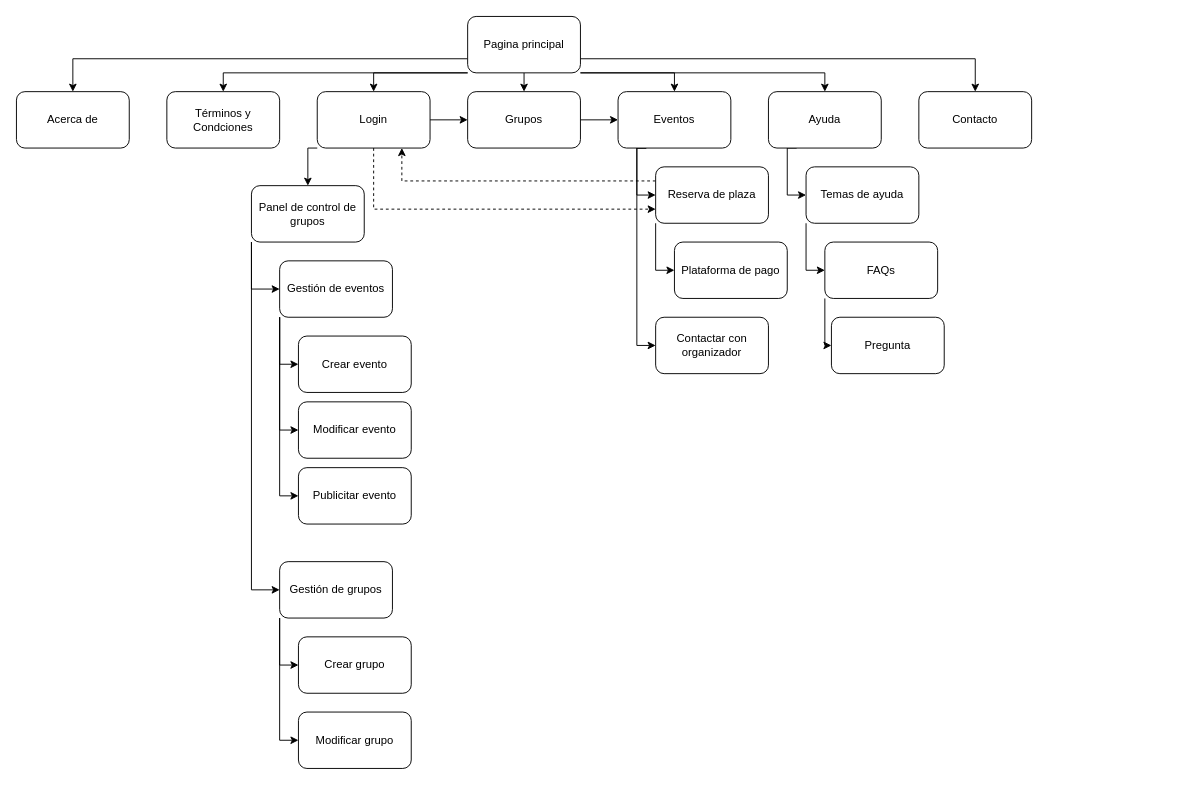
PepeNavarro7/DIU20 keeps this draw.io diagram as P2/sketch/Sitemap.drawio. Above is the earlier version. Source tidied: cells renumbered, new cells numbered last; positions are measured from the earlier drawing's top-left corner, leaving out a move shared by most shapes. Both pictures are drawn from the tidied source at 94%, with x=0, y=0 at pixel (16, 16).
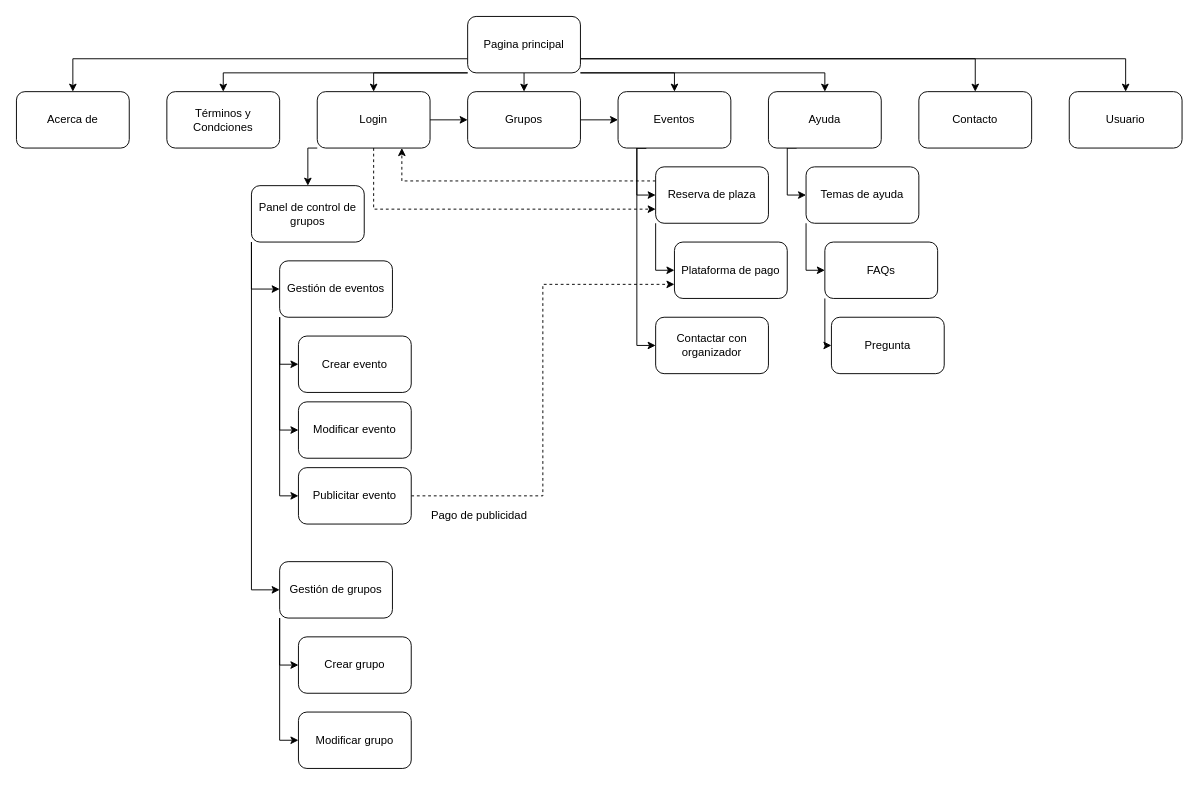
After the change.

Unchanged cells that the change refers to:
```xml
<mxCell id="9" value="Pagina principal" style="rounded=1;whiteSpace=wrap;html=1;" parent="1" vertex="1">
  <mxGeometry x="480" width="120" height="60" as="geometry" />
</mxCell>
<mxCell id="27" value="Plataforma de pago" style="rounded=1;whiteSpace=wrap;html=1;" parent="1" vertex="1">
  <mxGeometry x="700" y="240" width="120" height="60" as="geometry" />
</mxCell>
<mxCell id="38" value="Publicitar evento" style="rounded=1;whiteSpace=wrap;html=1;" parent="1" vertex="1">
  <mxGeometry x="300" y="480" width="120" height="60" as="geometry" />
</mxCell>
```

What changed in the source:
```diff
@@
+    <mxCell id="49" style="edgeStyle=orthogonalEdgeStyle;rounded=0;jettySize=auto;html=1;exitX=1;exitY=0.75;exitDx=0;exitDy=0;entryX=0.5;entryY=0;entryDx=0;entryDy=0;" parent="1" edge="1" source="9" target="52">
+      <mxGeometry relative="1" as="geometry" />
+    </mxCell>
@@
+    <mxCell id="50" style="edgeStyle=orthogonalEdgeStyle;rounded=0;jettySize=auto;html=1;exitX=1;exitY=0.5;exitDx=0;exitDy=0;entryX=0;entryY=0.75;entryDx=0;entryDy=0;dashed=1;" parent="1" edge="1" source="38" target="27">
+      <mxGeometry relative="1" as="geometry" />
+    </mxCell>
+    <mxCell id="51" value="Pago de publicidad" style="text;html=1;align=center;verticalAlign=middle;" parent="50" vertex="1">
+      <mxGeometry x="-0.64" y="-4" relative="1" as="geometry">
+        <mxPoint x="-20" y="16" as="offset" />
+      </mxGeometry>
+    </mxCell>
@@
+    <mxCell id="52" value="Usuario" style="rounded=1;whiteSpace=wrap;html=1;" parent="1" vertex="1">
+      <mxGeometry x="1120" y="80" width="120" height="60" as="geometry" />
+    </mxCell>
```
